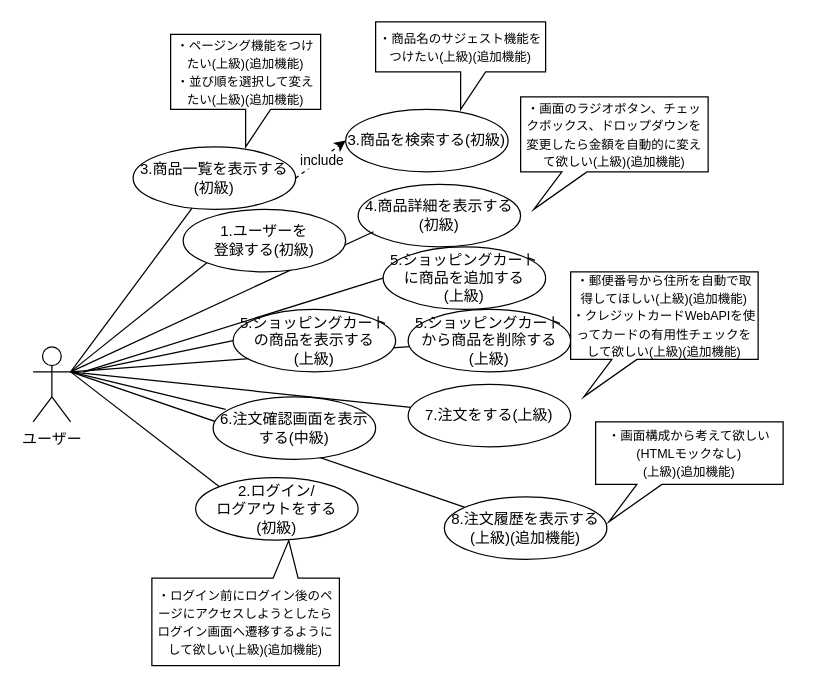
The draw.io diagram 2.ユースケース図/フロントエンド研修/ユースケース図.dio in igamasayuki/ecsite-project, before the edit. Source tidied: cells renumbered, new cells numbered last; positions are measured from the earlier drawing's top-left corner, leaving out a move shared by most shapes. Both pictures are drawn from the tidied source at 125%, with x=0, y=0 at pixel (32, 21).
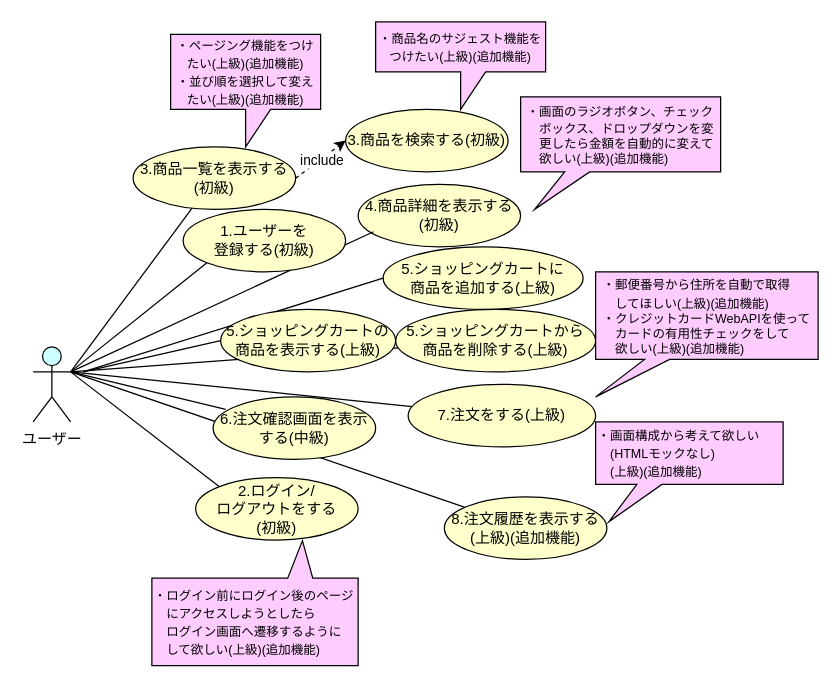
The same diagram, later.

Diff of the diagram source:
```diff
@@
-    <mxCell id="2" value="ユーザー" style="shape=umlActor;verticalLabelPosition=bottom;verticalAlign=top;html=1;outlineConnect=0;" parent="1" vertex="1">
+    <mxCell id="2" value="ユーザー" style="shape=umlActor;verticalLabelPosition=bottom;verticalAlign=top;html=1;outlineConnect=0;fillColor=#CCFFFF;" parent="1" vertex="1">
       <mxGeometry y="260" width="30" height="60" as="geometry" />
     </mxCell>
-    <mxCell id="3" value="2.ログイン/&lt;br&gt;ログアウトをする&lt;br&gt;(初級)" style="ellipse;whiteSpace=wrap;html=1;" parent="1" vertex="1">
+    <mxCell id="3" value="2.ログイン/&lt;br&gt;ログアウトをする&lt;br&gt;(初級)" style="ellipse;whiteSpace=wrap;html=1;fillColor=#FFFFCC;" parent="1" vertex="1">
       <mxGeometry x="130" y="364.5" width="130" height="50" as="geometry" />
     </mxCell>
@@
-    <mxCell id="6" value="3.商品を検索する(初級)" style="ellipse;whiteSpace=wrap;html=1;" parent="1" vertex="1">
+    <mxCell id="6" value="3.商品を検索する(初級)" style="ellipse;whiteSpace=wrap;html=1;fillColor=#FFFFCC;" parent="1" vertex="1">
       <mxGeometry x="250" y="70" width="130" height="50" as="geometry" />
     </mxCell>
-    <mxCell id="7" value="4.商品詳細を表示する(初級)" style="ellipse;whiteSpace=wrap;html=1;" parent="1" vertex="1">
+    <mxCell id="7" value="4.商品詳細を表示する(初級)" style="ellipse;whiteSpace=wrap;html=1;fillColor=#FFFFCC;" parent="1" vertex="1">
       <mxGeometry x="260" y="130" width="130" height="50" as="geometry" />
     </mxCell>
-    <mxCell id="8" value="5.ショッピングカートから商品を削除する&lt;br&gt;(上級)" style="ellipse;whiteSpace=wrap;html=1;" parent="1" vertex="1">
-      <mxGeometry x="300" y="230" width="130" height="50" as="geometry" />
+    <mxCell id="8" value="5.ショッピングカートから&lt;br&gt;商品を削除する(上級)" style="ellipse;whiteSpace=wrap;html=1;fillColor=#FFFFCC;" parent="1" vertex="1">
+      <mxGeometry x="290" y="230" width="160" height="50" as="geometry" />
     </mxCell>
-    <mxCell id="9" value="7.注文をする(上級)" style="ellipse;whiteSpace=wrap;html=1;" parent="1" vertex="1">
-      <mxGeometry x="300" y="290" width="130" height="50" as="geometry" />
+    <mxCell id="9" value="7.注文をする(上級)" style="ellipse;whiteSpace=wrap;html=1;fillColor=#FFFFCC;" parent="1" vertex="1">
+      <mxGeometry x="300" y="290" width="150" height="50" as="geometry" />
     </mxCell>
-    <mxCell id="10" value="8.注文履歴を表示する(上級)(追加機能)" style="ellipse;whiteSpace=wrap;html=1;" parent="1" vertex="1">
+    <mxCell id="10" value="8.注文履歴を表示する(上級)(追加機能)" style="ellipse;whiteSpace=wrap;html=1;fillColor=#FFFFCC;" parent="1" vertex="1">
       <mxGeometry x="329" y="380" width="130" height="50" as="geometry" />
     </mxCell>
@@
-    <mxCell id="13" value="3.商品一覧を表示する(初級)" style="ellipse;whiteSpace=wrap;html=1;fillColor=#FFFFFF;" parent="1" vertex="1">
+    <mxCell id="13" value="3.商品一覧を表示する(初級)" style="ellipse;whiteSpace=wrap;html=1;fillColor=#FFFFCC;" parent="1" vertex="1">
       <mxGeometry x="80" y="100" width="130" height="50" as="geometry" />
     </mxCell>
@@
-    <mxCell id="17" value="5.ショッピングカートに商品を追加する&lt;br&gt;(上級)" style="ellipse;whiteSpace=wrap;html=1;" parent="1" vertex="1">
-      <mxGeometry x="280" y="180" width="130" height="50" as="geometry" />
+    <mxCell id="17" value="5.ショッピングカートに&lt;br&gt;商品を追加する(上級)" style="ellipse;whiteSpace=wrap;html=1;fillColor=#FFFFCC;" parent="1" vertex="1">
+      <mxGeometry x="280" y="180" width="160" height="50" as="geometry" />
     </mxCell>
@@
-    <mxCell id="22" value="&lt;font style=&quot;font-size: 10px&quot;&gt;・ページング機能をつけたい(上級)(追加機能)&lt;br&gt;・並び順を選択して変えたい(上級)(追加機能)&lt;br&gt;&lt;/font&gt;" style="shape=callout;whiteSpace=wrap;html=1;perimeter=calloutPerimeter;rounded=0;sketch=0;strokeColor=#000000;strokeWidth=1;fillColor=#FFFFFF;" parent="1" vertex="1">
+    <mxCell id="22" value="&lt;font style=&quot;font-size: 10px&quot;&gt;・ページング機能をつけたい(上級)(追加機能)&lt;br&gt;・並び順を選択して変えたい(上級)(追加機能)&lt;br&gt;&lt;/font&gt;" style="shape=callout;whiteSpace=wrap;html=1;perimeter=calloutPerimeter;rounded=0;sketch=0;strokeColor=#000000;strokeWidth=1;fillColor=#FFCCFF;" parent="1" vertex="1">
       <mxGeometry x="110" y="10" width="120" height="90" as="geometry" />
     </mxCell>
-    <mxCell id="23" value="&lt;font style=&quot;font-size: 10px&quot;&gt;・商品名のサジェスト機能をつけたい(上級)(追加機能)&lt;br&gt;&lt;/font&gt;" style="shape=callout;whiteSpace=wrap;html=1;perimeter=calloutPerimeter;rounded=0;sketch=0;strokeColor=#000000;strokeWidth=1;fillColor=#FFFFFF;" parent="1" vertex="1">
+    <mxCell id="23" value="&lt;font style=&quot;font-size: 10px&quot;&gt;・商品名のサジェスト機能をつけたい(上級)(追加機能)&lt;br&gt;&lt;/font&gt;" style="shape=callout;whiteSpace=wrap;html=1;perimeter=calloutPerimeter;rounded=0;sketch=0;strokeColor=#000000;strokeWidth=1;fillColor=#FFCCFF;" parent="1" vertex="1">
       <mxGeometry x="274" width="136" height="70" as="geometry" />
     </mxCell>
-    <mxCell id="24" value="1.ユーザーを&lt;br&gt;登録する(初級)" style="ellipse;whiteSpace=wrap;html=1;" parent="1" vertex="1">
+    <mxCell id="24" value="1.ユーザーを&lt;br&gt;登録する(初級)" style="ellipse;whiteSpace=wrap;html=1;fillColor=#FFFFCC;" parent="1" vertex="1">
       <mxGeometry x="120" y="150" width="130" height="50" as="geometry" />
     </mxCell>
-    <mxCell id="25" value="&lt;font style=&quot;font-size: 10px&quot;&gt;・画面のラジオボタン、チェックボックス、ドロップダウンを変更したら金額を自動的に変えて欲しい(上級)(追加機能)&lt;br&gt;&lt;/font&gt;" style="shape=callout;whiteSpace=wrap;html=1;perimeter=calloutPerimeter;rounded=0;sketch=0;strokeColor=#000000;strokeWidth=1;fillColor=#FFFFFF;position2=0.07;size=30;position=0.22;base=20;" parent="1" vertex="1">
-      <mxGeometry x="390" y="60" width="150" height="90" as="geometry" />
+    <mxCell id="25" value="&lt;div style=&quot;text-align: left&quot;&gt;&lt;span style=&quot;font-size: 10px&quot;&gt;・画面のラジオボタン、チェック&lt;/span&gt;&lt;/div&gt;&lt;font style=&quot;font-size: 10px&quot;&gt;&lt;div style=&quot;text-align: left&quot;&gt;&lt;span&gt;　ボックス、ドロップダウンを変&lt;/span&gt;&lt;/div&gt;&lt;div style=&quot;text-align: left&quot;&gt;&lt;span&gt;　更したら金額を自動的に変えて&lt;/span&gt;&lt;/div&gt;&lt;div style=&quot;text-align: left&quot;&gt;&lt;span&gt;　欲しい(上級)(追加機能)&lt;/span&gt;&lt;/div&gt;&lt;/font&gt;" style="shape=callout;whiteSpace=wrap;html=1;perimeter=calloutPerimeter;rounded=0;sketch=0;strokeColor=#000000;strokeWidth=1;fillColor=#FFCCFF;position2=0.07;size=30;position=0.22;base=20;" parent="1" vertex="1">
+      <mxGeometry x="390" y="60" width="160" height="90" as="geometry" />
     </mxCell>
@@
-    <mxCell id="27" value="5.ショッピングカートの商品を表示する&lt;br&gt;(上級)" style="ellipse;whiteSpace=wrap;html=1;" parent="1" vertex="1">
-      <mxGeometry x="160" y="230" width="130" height="50" as="geometry" />
+    <mxCell id="27" value="5.ショッピングカートの商品を表示する(上級)" style="ellipse;whiteSpace=wrap;html=1;fillColor=#FFFFCC;" parent="1" vertex="1">
+      <mxGeometry x="150" y="230" width="140" height="50" as="geometry" />
     </mxCell>
-    <mxCell id="28" value="6.注文確認画面を表示する(中級)" style="ellipse;whiteSpace=wrap;html=1;" parent="1" vertex="1">
+    <mxCell id="28" value="6.注文確認画面を表示する(中級)" style="ellipse;whiteSpace=wrap;html=1;fillColor=#FFFFCC;" parent="1" vertex="1">
       <mxGeometry x="144" y="300" width="130" height="50" as="geometry" />
     </mxCell>
-    <mxCell id="29" value="&lt;font style=&quot;font-size: 10px&quot;&gt;・郵便番号から住所を自動で取得してほしい(上級)(追加機能)&lt;br&gt;・クレジットカードWebAPIを使ってカードの有用性チェックをして欲しい(上級)(追加機能)&lt;br&gt;&lt;/font&gt;" style="shape=callout;whiteSpace=wrap;html=1;perimeter=calloutPerimeter;rounded=0;sketch=0;strokeColor=#000000;strokeWidth=1;fillColor=#FFFFFF;position2=0.07;size=30;position=0.22;base=20;" parent="1" vertex="1">
-      <mxGeometry x="430" y="200" width="150" height="100" as="geometry" />
+    <mxCell id="29" value="&lt;div style=&quot;text-align: left&quot;&gt;&lt;span style=&quot;font-size: 10px&quot;&gt;・郵便番号から住所を自動で&lt;/span&gt;&lt;span style=&quot;font-size: 10px&quot;&gt;取得&lt;/span&gt;&lt;/div&gt;&lt;div style=&quot;text-align: left&quot;&gt;&lt;span style=&quot;font-size: 10px&quot;&gt;　してほしい(上級)(追加機能)&lt;/span&gt;&lt;/div&gt;&lt;font style=&quot;font-size: 10px&quot;&gt;&lt;div style=&quot;text-align: left&quot;&gt;&lt;span&gt;・クレジットカードWebAPIを使って&lt;/span&gt;&lt;/div&gt;&lt;div style=&quot;text-align: left&quot;&gt;&lt;span&gt;　カードの有用性チェックをして&lt;/span&gt;&lt;/div&gt;&lt;div style=&quot;text-align: left&quot;&gt;&lt;span&gt;　欲しい(上級)(追加機能)&lt;/span&gt;&lt;/div&gt;&lt;/font&gt;" style="shape=callout;whiteSpace=wrap;html=1;perimeter=calloutPerimeter;rounded=0;sketch=0;strokeColor=#000000;strokeWidth=1;fillColor=#FFCCFF;position2=0;size=30;position=0.22;base=20;" parent="1" vertex="1">
+      <mxGeometry x="450" y="200" width="178" height="100" as="geometry" />
     </mxCell>
-    <mxCell id="30" value="&lt;font style=&quot;font-size: 10px&quot;&gt;・画面構成から考えて欲しい(HTMLモックなし)&lt;br&gt;(上級)(追加機能)&lt;br&gt;&lt;/font&gt;" style="shape=callout;whiteSpace=wrap;html=1;perimeter=calloutPerimeter;rounded=0;sketch=0;strokeColor=#000000;strokeWidth=1;fillColor=#FFFFFF;position2=0.07;size=30;position=0.22;base=20;" parent="1" vertex="1">
+    <mxCell id="30" value="&lt;font style=&quot;font-size: 10px&quot;&gt;・画面構成から考えて欲しい&lt;br&gt;　(HTMLモックなし)&lt;br&gt;&lt;span&gt;　(上級)(追加機能)&lt;/span&gt;&lt;br&gt;&lt;/font&gt;" style="shape=callout;whiteSpace=wrap;html=1;perimeter=calloutPerimeter;rounded=0;sketch=0;strokeColor=#000000;strokeWidth=1;fillColor=#FFCCFF;position2=0.07;size=30;position=0.22;base=20;align=left;" parent="1" vertex="1">
       <mxGeometry x="450" y="320" width="150" height="80" as="geometry" />
     </mxCell>
-    <mxCell id="31" value="&lt;font style=&quot;font-size: 10px&quot;&gt;・ログイン前にログイン後のページにアクセスしようとしたらログイン画面へ遷移するようにして欲しい(上級)(追加機能)&lt;br&gt;&lt;/font&gt;" style="shape=callout;whiteSpace=wrap;html=1;perimeter=calloutPerimeter;rounded=0;sketch=0;strokeColor=#000000;strokeWidth=1;fillColor=#FFFFFF;position2=0.27;size=30;position=0.22;base=20;direction=west;" parent="1" vertex="1">
-      <mxGeometry x="95" y="415" width="150" height="100" as="geometry" />
+    <mxCell id="31" value="&lt;font style=&quot;font-size: 10px&quot;&gt;・ログイン前にログイン後のページ&lt;br&gt;　にアクセスしようとしたら&lt;br&gt;　ログイン画面へ遷移するように&lt;br&gt;　して欲しい(上級)(追加機能)&lt;br&gt;&lt;/font&gt;" style="shape=callout;whiteSpace=wrap;html=1;perimeter=calloutPerimeter;rounded=0;sketch=0;strokeColor=#000000;strokeWidth=1;fillColor=#FFCCFF;position2=0.27;size=30;position=0.22;base=20;direction=west;align=left;" parent="1" vertex="1">
+      <mxGeometry x="95" y="415" width="165" height="100" as="geometry" />
     </mxCell>
```
